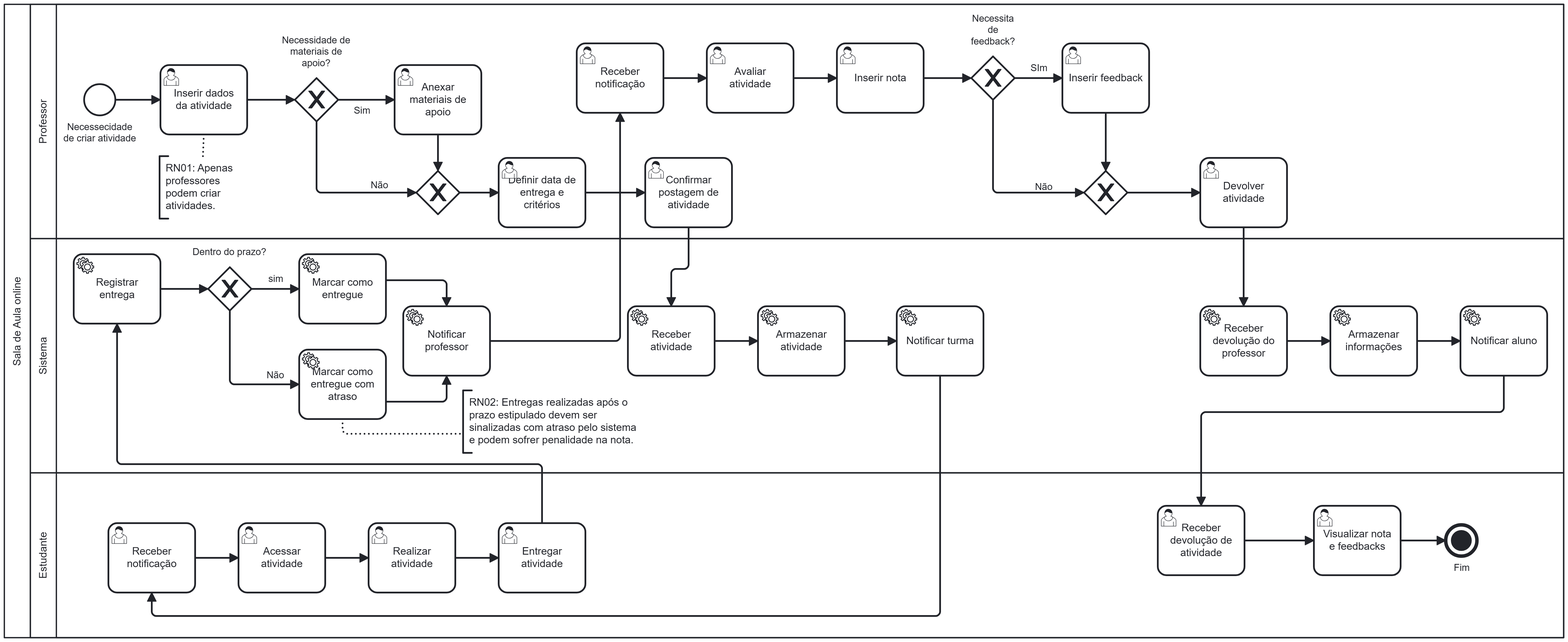
SakamotoGB/Sistema_Gestao_Sala_Online keeps this BPMN diagram as bpmn/Fluxo de Processos de Negócio.png. Above is the earlier version. Its source is kept beside it as bpmn/Fluxo de Processos de Negócio.bpmn. Ids are renumbered.
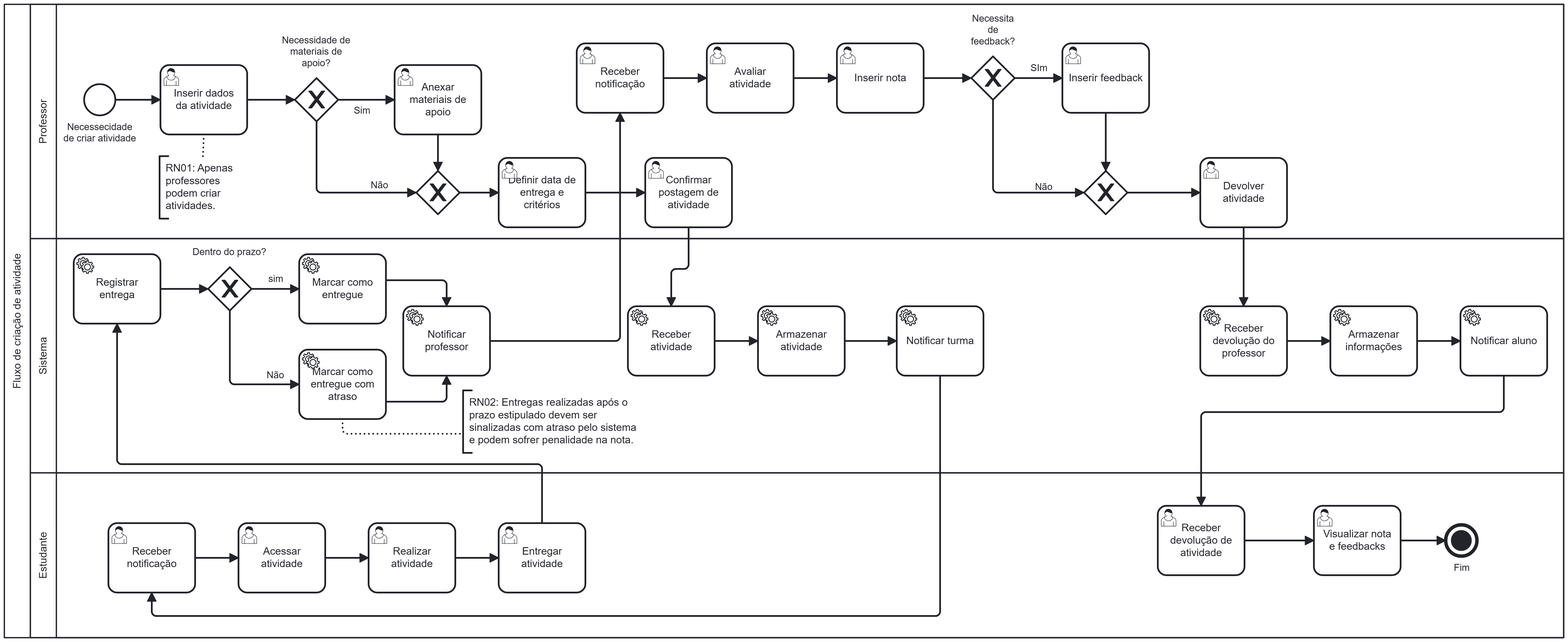
After the commit.

Commit message:
Mais alterações no bpmn

Change to the diagram source:
```diff
@@ -1,6 +1,6 @@
 <bpmn:definitions xmlns:bpmn="http://www.omg.org/spec/BPMN/20100524/MODEL" xmlns:bpmndi="http://www.omg.org/spec/BPMN/20100524/DI" xmlns:dc="http://www.omg.org/spec/DD/20100524/DC" xmlns:modeler="http://camunda.org/schema/modeler/1.0" xmlns:zeebe="http://camunda.org/schema/zeebe/1.0" xmlns:di="http://www.omg.org/spec/DD/20100524/DI" id="Definitions_1" targetNamespace="http://bpmn.io/schema/bpmn" exporter="Camunda Web Modeler" exporterVersion="70fd62a" modeler:executionPlatform="Camunda Cloud" modeler:executionPlatformVersion="8.9.0">
   <bpmn:collaboration id="Collaboration_n1">
-    <bpmn:participant id="Participant_n2" name="Sala de Aula online" processRef="Process_n3" />
+    <bpmn:participant id="Participant_n2" name="Fluxo de criação de atividade" processRef="Process_n3" />
     <bpmn:textAnnotation id="TextAnnotation_n4">
       <bpmn:text>RN01: Apenas professores podem criar atividades.</bpmn:text>
     </bpmn:textAnnotation>
```
